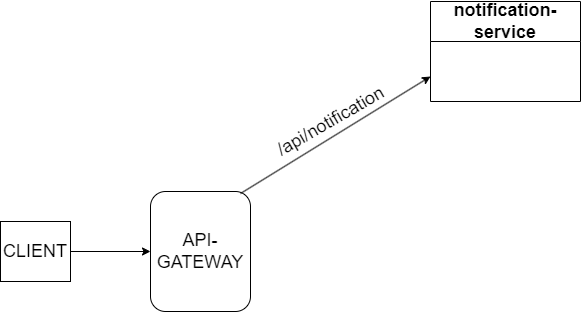
Above: architecture diagram.drawio.png in DanilaZavjalovs/Cafe_microservices (draw.io), before the change. Source tidied: cells renumbered, new cells last; positions are measured from the earlier drawing's top-left corner, leaving out a move shared by most shapes.
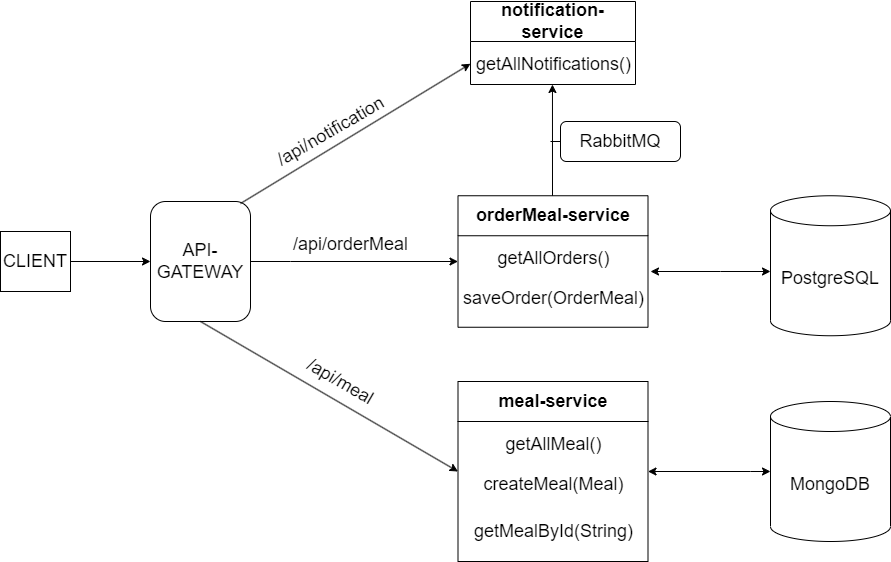
After the change.

The edit, as a diff of the source:
```diff
@@ -11,14 +11,89 @@
     <mxCell id="4" style="endArrow=classic;html=1;rounded=0;entryX=0;entryY=0.5;entryDx=0;entryDy=0;exitX=1;exitY=0.5;exitDx=0;exitDy=0;" parent="1" edge="1" source="3" target="2">
       <mxGeometry relative="1" as="geometry" />
     </mxCell>
-    <mxCell id="5" value="&lt;font style=&quot;font-size: 18px;&quot;&gt;notification-service&lt;/font&gt;" style="swimlane;whiteSpace=wrap;html=1;startSize=40;" parent="1" vertex="1" collapsed="1">
-      <mxGeometry x="430" width="150" height="100" as="geometry" />
+    <mxCell id="5" value="&lt;font style=&quot;font-size: 18px;&quot;&gt;notification-service&lt;/font&gt;" style="swimlane;whiteSpace=wrap;html=1;startSize=40;" parent="1" vertex="1">
+      <mxGeometry x="470" y="-10" width="165" height="83" as="geometry" />
     </mxCell>
+    <mxCell id="8" value="&lt;font style=&quot;font-size: 18px;&quot;&gt;getAllNotifications()&lt;/font&gt;" style="text;html=1;align=center;verticalAlign=middle;points=[];strokeColor=none;fillColor=none;" parent="5" vertex="1">
+      <mxGeometry x="-7.5" y="43" width="180" height="40" as="geometry" />
+    </mxCell>
     <mxCell id="6" style="endArrow=classic;html=1;rounded=0;exitX=0.9;exitY=0.017;exitDx=0;exitDy=0;exitPerimeter=0;entryX=0;entryY=0.75;entryDx=0;entryDy=0;" parent="1" edge="1" source="2" target="5">
       <mxGeometry relative="1" as="geometry" />
     </mxCell>
     <mxCell id="7" value="&lt;font style=&quot;font-size: 18px;&quot;&gt;/api/notification&lt;/font&gt;" style="text;html=1;align=center;verticalAlign=middle;strokeColor=none;fillColor=none;rotation=-30;" parent="1" vertex="1">
       <mxGeometry x="260" y="100" width="140" height="40" as="geometry" />
     </mxCell>
+    <mxCell id="9" value="&lt;font style=&quot;font-size: 18px;&quot;&gt;orderMeal-service&lt;/font&gt;" style="swimlane;whiteSpace=wrap;html=1;startSize=40;" parent="1" vertex="1">
+      <mxGeometry x="457.5" y="184.2" width="190" height="131.5" as="geometry" />
+    </mxCell>
+    <mxCell id="10" value="&lt;font style=&quot;font-size: 18px;&quot;&gt;getAllOrders()&lt;/font&gt;" style="text;html=1;align=center;verticalAlign=middle;strokeColor=none;fillColor=none;" parent="9" vertex="1">
+      <mxGeometry x="25" y="43" width="140" height="40" as="geometry" />
+    </mxCell>
+    <mxCell id="11" value="&lt;font style=&quot;font-size: 18px;&quot;&gt;saveOrder(OrderMeal)&lt;/font&gt;" style="text;html=1;align=center;verticalAlign=middle;strokeColor=none;fillColor=none;" parent="9" vertex="1">
+      <mxGeometry x="-5" y="83" width="200" height="40" as="geometry" />
+    </mxCell>
+    <mxCell id="12" style="endArrow=classic;html=1;rounded=0;exitX=1;exitY=0.5;exitDx=0;exitDy=0;entryX=0;entryY=0.5;entryDx=0;entryDy=0;" parent="1" edge="1" source="2" target="9">
+      <mxGeometry relative="1" as="geometry">
+        <Array as="points">
+          <mxPoint x="290" y="250" />
+        </Array>
+      </mxGeometry>
+    </mxCell>
+    <mxCell id="13" value="&lt;font style=&quot;font-size: 18px;&quot;&gt;/api/orderMeal&lt;/font&gt;" style="text;html=1;align=center;verticalAlign=middle;strokeColor=none;fillColor=none;" parent="1" vertex="1">
+      <mxGeometry x="280" y="213" width="140" height="40" as="geometry" />
+    </mxCell>
+    <mxCell id="14" value="&lt;font style=&quot;font-size: 18px;&quot;&gt;meal-service&lt;/font&gt;" style="swimlane;whiteSpace=wrap;html=1;startSize=40;" parent="1" vertex="1">
+      <mxGeometry x="457.5" y="370" width="190" height="180" as="geometry" />
+    </mxCell>
+    <mxCell id="15" value="&lt;font style=&quot;font-size: 18px;&quot;&gt;getAllMeal()&lt;/font&gt;" style="text;html=1;align=center;verticalAlign=middle;strokeColor=none;fillColor=none;" parent="14" vertex="1">
+      <mxGeometry x="35" y="43" width="120" height="40" as="geometry" />
+    </mxCell>
+    <mxCell id="16" value="&lt;font style=&quot;font-size: 18px;&quot;&gt;createMeal(Meal)&lt;/font&gt;" style="text;html=1;align=center;verticalAlign=middle;strokeColor=none;fillColor=none;" parent="14" vertex="1">
+      <mxGeometry x="15" y="83" width="160" height="40" as="geometry" />
+    </mxCell>
+    <mxCell id="17" value="&lt;font style=&quot;font-size: 18px;&quot;&gt;getMealById(String)&lt;/font&gt;" style="text;html=1;align=center;verticalAlign=middle;strokeColor=none;fillColor=none;" parent="14" vertex="1">
+      <mxGeometry x="5" y="130" width="180" height="40" as="geometry" />
+    </mxCell>
+    <mxCell id="18" style="endArrow=classic;html=1;rounded=0;entryX=0;entryY=0.5;entryDx=0;entryDy=0;exitX=0.5;exitY=1;exitDx=0;exitDy=0;" parent="1" edge="1" source="2" target="14">
+      <mxGeometry relative="1" as="geometry" />
+    </mxCell>
+    <mxCell id="19" value="&lt;font style=&quot;font-size: 18px;&quot;&gt;/api/meal&lt;/font&gt;" style="text;html=1;align=center;verticalAlign=middle;strokeColor=none;fillColor=none;rotation=30;" parent="1" vertex="1">
+      <mxGeometry x="290" y="350" width="100" height="40" as="geometry" />
+    </mxCell>
+    <mxCell id="20" style="endArrow=classic;startArrow=classic;html=1;rounded=0;entryX=0;entryY=0.5;entryDx=0;entryDy=0;entryPerimeter=0;exitX=1;exitY=0.5;exitDx=0;exitDy=0;" parent="1" edge="1" source="14" target="21">
+      <mxGeometry relative="1" as="geometry">
+        <Array as="points">
+          <mxPoint x="750" y="460" />
+        </Array>
+      </mxGeometry>
+    </mxCell>
+    <mxCell id="21" value="&lt;font style=&quot;font-size: 18px;&quot;&gt;MongoDB&lt;/font&gt;" style="shape=cylinder3;whiteSpace=wrap;html=1;boundedLbl=1;backgroundOutline=1;size=15;" parent="1" vertex="1">
+      <mxGeometry x="770" y="390" width="120" height="140" as="geometry" />
+    </mxCell>
+    <mxCell id="22" value="&lt;font style=&quot;font-size: 18px;&quot;&gt;PostgreSQL&lt;/font&gt;" style="shape=cylinder3;whiteSpace=wrap;html=1;boundedLbl=1;backgroundOutline=1;size=15;" parent="1" vertex="1">
+      <mxGeometry x="770" y="184.2" width="120" height="140" as="geometry" />
+    </mxCell>
+    <mxCell id="23" style="endArrow=classic;startArrow=classic;html=1;rounded=0;" parent="1" edge="1">
+      <mxGeometry relative="1" as="geometry">
+        <mxPoint x="650" y="260" as="sourcePoint" />
+        <mxPoint x="770" y="260" as="targetPoint" />
+        <Array as="points">
+          <mxPoint x="720" y="260" />
+        </Array>
+      </mxGeometry>
+    </mxCell>
+    <mxCell id="24" style="endArrow=classic;html=1;rounded=0;entryX=0.497;entryY=1;entryDx=0;entryDy=0;entryPerimeter=0;" parent="1" edge="1" target="8">
+      <mxGeometry relative="1" as="geometry">
+        <mxPoint x="552" y="184.2" as="sourcePoint" />
+      </mxGeometry>
+    </mxCell>
+    <mxCell id="25" value="&lt;font style=&quot;font-size: 18px;&quot;&gt;RabbitMQ&lt;/font&gt;" style="rounded=1;whiteSpace=wrap;html=1;" parent="1" vertex="1">
+      <mxGeometry x="560" y="110" width="120" height="40" as="geometry" />
+    </mxCell>
+    <mxCell id="26" style="endArrow=none;html=1;rounded=0;entryX=0;entryY=0.5;entryDx=0;entryDy=0;" parent="1" edge="1" target="25">
+      <mxGeometry relative="1" as="geometry">
+        <mxPoint x="550" y="130" as="sourcePoint" />
+      </mxGeometry>
+    </mxCell>
   </root>
 </mxGraphModel>
```
